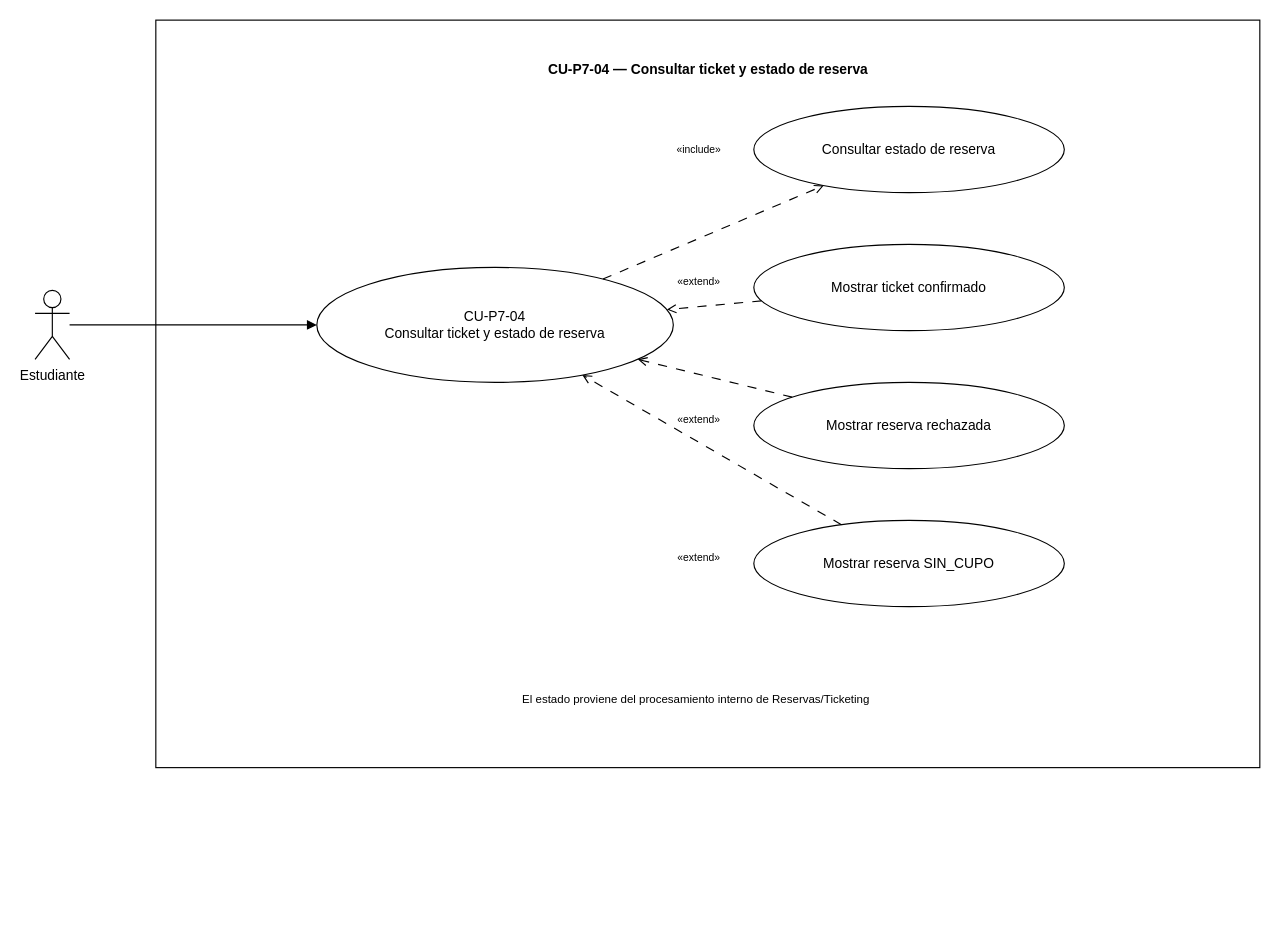
Above: Documentacion/Practica7/CDU/CDU_Expandido_CUP7_04_202307691.drawio in thanya-gate/SA_PROYECTO_202307691 (draw.io), before the change. Source tidied: cells renumbered, new cells numbered last; positions are measured from the earlier drawing's top-left corner, leaving out a move shared by most shapes. Both pictures are drawn from the tidied source at 115%, with x=0, y=0 at pixel (34, 20).
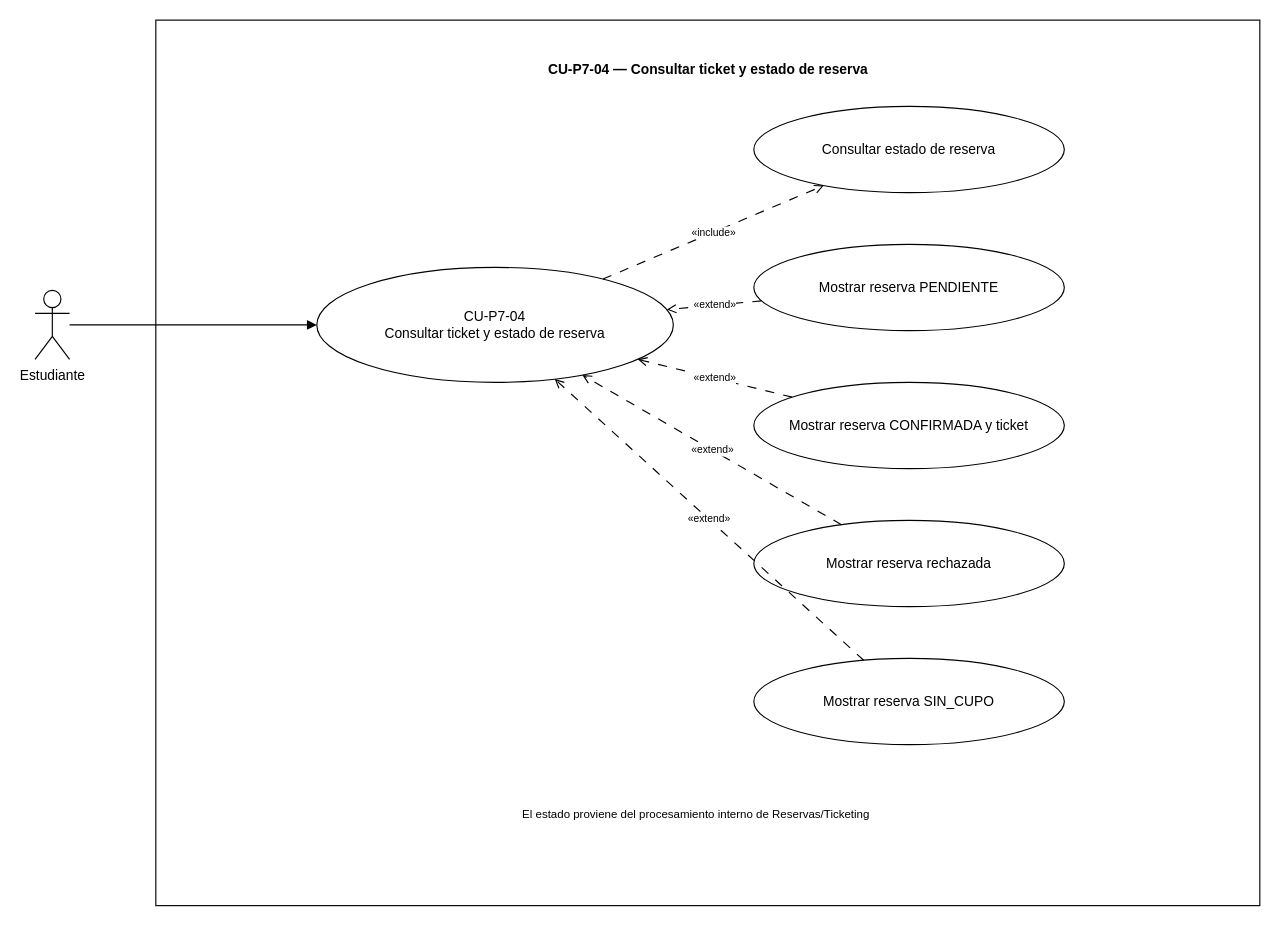
After the change.

The edit, as a diff of the source:
```diff
@@
 <mxGraphModel>
   <root>
     <mxCell id="0" />
     <mxCell id="1" parent="0" />
     <mxCell id="2" style="html=1;whiteSpace=wrap;" parent="1" vertex="1">
-      <mxGeometry x="105" width="960" height="650" as="geometry" />
+      <mxGeometry x="105" width="960" height="770" as="geometry" />
     </mxCell>
     <mxCell id="3" value="CU-P7-04 — Consultar ticket y estado de reserva" style="text;align=center;fontStyle=1;verticalAlign=middle;spacingLeft=3;spacingRight=3;strokeColor=none;html=1;" parent="1" vertex="1">
       <mxGeometry x="315" y="20" width="540" height="45" as="geometry" />
     </mxCell>
     <mxCell id="4" value="Estudiante" style="shape=umlActor;verticalLabelPosition=bottom;verticalAlign=top;html=1;" parent="1" vertex="1">
       <mxGeometry y="235" width="30" height="60" as="geometry" />
     </mxCell>
     <mxCell id="5" value="CU-P7-04&lt;br&gt;Consultar ticket y estado de reserva" style="ellipse;whiteSpace=wrap;html=1;" parent="1" vertex="1">
       <mxGeometry x="245" y="215" width="310" height="100" as="geometry" />
     </mxCell>
     <mxCell id="6" value="Consultar estado de reserva" style="ellipse;whiteSpace=wrap;html=1;" parent="1" vertex="1">
       <mxGeometry x="625" y="75" width="270" height="75" as="geometry" />
     </mxCell>
+    <mxCell id="20" value="Mostrar reserva PENDIENTE" style="ellipse;whiteSpace=wrap;html=1;" parent="1" vertex="1">
+      <mxGeometry x="625" y="195" width="270" height="75" as="geometry" />
+    </mxCell>
-    <mxCell id="7" value="Mostrar ticket confirmado" style="ellipse;whiteSpace=wrap;html=1;" parent="1" vertex="1">
-      <mxGeometry x="625" y="195" width="270" height="75" as="geometry" />
+    <mxCell id="7" value="Mostrar reserva CONFIRMADA y ticket" style="ellipse;whiteSpace=wrap;html=1;" parent="1" vertex="1">
+      <mxGeometry x="625" y="315" width="270" height="75" as="geometry" />
     </mxCell>
     <mxCell id="8" value="Mostrar reserva rechazada" style="ellipse;whiteSpace=wrap;html=1;" parent="1" vertex="1">
-      <mxGeometry x="625" y="315" width="270" height="75" as="geometry" />
+      <mxGeometry x="625" y="435" width="270" height="75" as="geometry" />
     </mxCell>
     <mxCell id="9" value="Mostrar reserva SIN_CUPO" style="ellipse;whiteSpace=wrap;html=1;" parent="1" vertex="1">
-      <mxGeometry x="625" y="435" width="270" height="75" as="geometry" />
+      <mxGeometry x="625" y="555" width="270" height="75" as="geometry" />
     </mxCell>
     <mxCell id="10" style="rounded=0;jettySize=auto;html=1;endArrow=block;endFill=1;" parent="1" edge="1" source="4" target="5">
       <mxGeometry relative="1" as="geometry" />
     </mxCell>
-    <mxCell id="11" style="rounded=0;jettySize=auto;html=1;dashed=1;dashPattern=8 8;endArrow=open;endFill=0;" parent="1" edge="1" source="5" target="6">
+    <mxCell id="11" value="«include»" style="rounded=0;jettySize=auto;html=1;dashed=1;dashPattern=8 8;endArrow=open;endFill=0;fontSize=9;" parent="1" edge="1" source="5" target="6">
       <mxGeometry relative="1" as="geometry" />
     </mxCell>
-    <mxCell id="12" value="«include»" style="text;html=1;whiteSpace=wrap;strokeColor=none;fillColor=none;align=center;verticalAlign=middle;rounded=0;fontSize=9;" parent="1" vertex="1">
-      <mxGeometry x="530" y="100" width="95" height="25" as="geometry" />
-    </mxCell>
+    <mxCell id="21" value="«extend»" style="rounded=0;jettySize=auto;html=1;dashed=1;dashPattern=8 8;endArrow=open;endFill=0;fontSize=9;" parent="1" edge="1" source="20" target="5">
+      <mxGeometry relative="1" as="geometry" />
+    </mxCell>
-    <mxCell id="13" style="rounded=0;jettySize=auto;html=1;dashed=1;dashPattern=8 8;endArrow=open;endFill=0;" parent="1" edge="1" source="7" target="5">
+    <mxCell id="13" value="«extend»" style="rounded=0;jettySize=auto;html=1;dashed=1;dashPattern=8 8;endArrow=open;endFill=0;fontSize=9;" parent="1" edge="1" source="7" target="5">
       <mxGeometry relative="1" as="geometry" />
     </mxCell>
-    <mxCell id="14" value="«extend»" style="text;html=1;whiteSpace=wrap;strokeColor=none;fillColor=none;align=center;verticalAlign=middle;rounded=0;fontSize=9;" parent="1" vertex="1">
-      <mxGeometry x="530" y="215" width="95" height="25" as="geometry" />
-    </mxCell>
-    <mxCell id="15" style="rounded=0;jettySize=auto;html=1;dashed=1;dashPattern=8 8;endArrow=open;endFill=0;" parent="1" edge="1" source="8" target="5">
+    <mxCell id="15" value="«extend»" style="rounded=0;jettySize=auto;html=1;dashed=1;dashPattern=8 8;endArrow=open;endFill=0;fontSize=9;" parent="1" edge="1" source="8" target="5">
       <mxGeometry relative="1" as="geometry" />
     </mxCell>
-    <mxCell id="16" value="«extend»" style="text;html=1;whiteSpace=wrap;strokeColor=none;fillColor=none;align=center;verticalAlign=middle;rounded=0;fontSize=9;" parent="1" vertex="1">
-      <mxGeometry x="530" y="335" width="95" height="25" as="geometry" />
-    </mxCell>
-    <mxCell id="17" style="rounded=0;jettySize=auto;html=1;dashed=1;dashPattern=8 8;endArrow=open;endFill=0;" parent="1" edge="1" source="9" target="5">
+    <mxCell id="17" value="«extend»" style="rounded=0;jettySize=auto;html=1;dashed=1;dashPattern=8 8;endArrow=open;endFill=0;fontSize=9;" parent="1" edge="1" source="9" target="5">
       <mxGeometry relative="1" as="geometry" />
     </mxCell>
-    <mxCell id="18" value="«extend»" style="text;html=1;whiteSpace=wrap;strokeColor=none;fillColor=none;align=center;verticalAlign=middle;rounded=0;fontSize=9;" parent="1" vertex="1">
-      <mxGeometry x="530" y="455" width="95" height="25" as="geometry" />
-    </mxCell>
     <mxCell id="19" value="El estado proviene del procesamiento interno de Reservas/Ticketing" style="text;html=1;whiteSpace=wrap;strokeColor=none;fillColor=none;align=center;verticalAlign=middle;rounded=0;fontSize=10;" parent="1" vertex="1">
-      <mxGeometry x="275" y="575" width="600" height="30" as="geometry" />
+      <mxGeometry x="275" y="675" width="600" height="30" as="geometry" />
     </mxCell>
   </root>
 </mxGraphModel>
```
